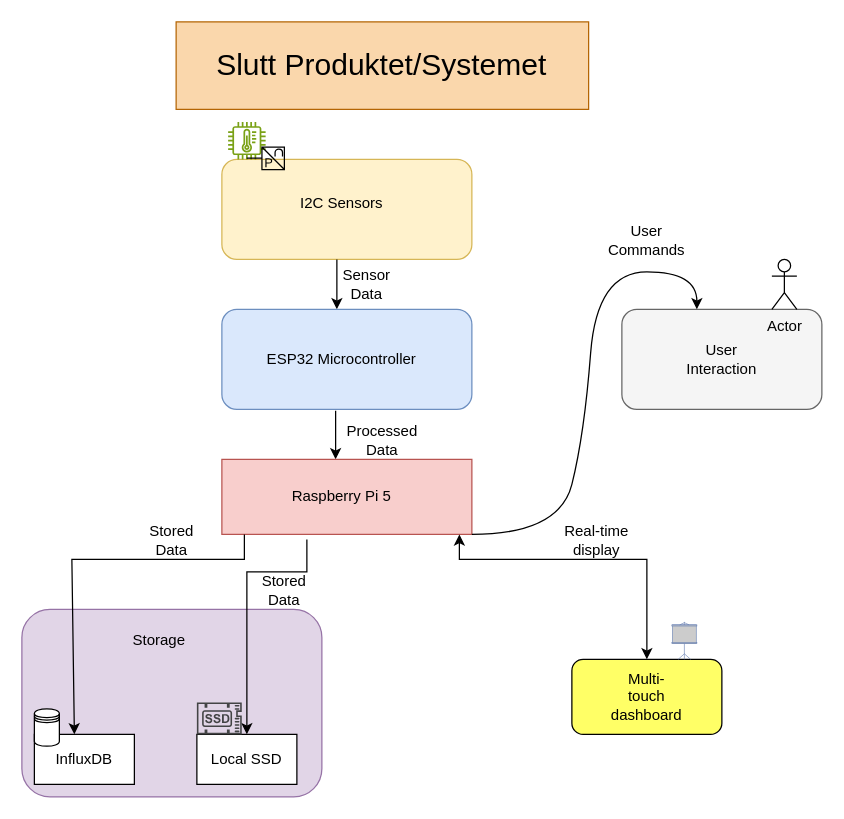
This is diagrams/Kaffeknekt Flow Chart.drawio from martintara/kaffeknekt, a draw.io file, before an edit. Source tidied: cells renumbered, new cells numbered last; positions are measured from the earlier drawing's top-left corner, leaving out a move shared by most shapes. Both pictures are drawn from the tidied source at 125%, with x=0, y=0 at pixel (21, 21).
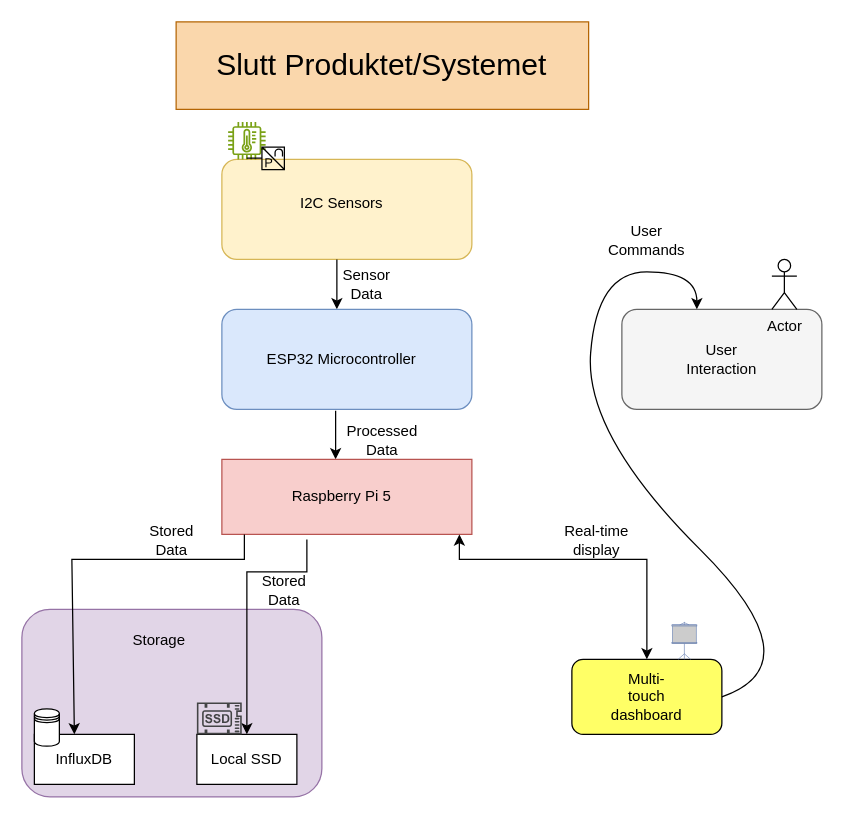
The same page after the edit.

The change refers to these unchanged cells:
```xml
<mxCell id="8" style="rounded=0;whiteSpace=wrap;html=1;fillColor=#f8cecc;strokeColor=#b85450;" parent="1" vertex="1">
  <mxGeometry x="160" y="350" width="200" height="60" as="geometry" />
</mxCell>
<mxCell id="19" style="rounded=1;whiteSpace=wrap;html=1;fillColor=#FFFF66;" parent="1" vertex="1">
  <mxGeometry x="440" y="510" width="120" height="60" as="geometry" />
</mxCell>
<mxCell id="26" style="rounded=1;whiteSpace=wrap;html=1;fillColor=#f5f5f5;fontColor=#333333;strokeColor=#666666;" parent="1" vertex="1">
  <mxGeometry x="480" y="230" width="160" height="80" as="geometry" />
</mxCell>
```

What changed in the source:
```diff
@@
-    <mxCell id="29" style="curved=1;endArrow=classic;html=1;rounded=0;exitX=1;exitY=1;exitDx=0;exitDy=0;entryX=0.375;entryY=0;entryDx=0;entryDy=0;entryPerimeter=0;" parent="1" edge="1" source="8" target="26">
+    <mxCell id="29" style="curved=1;endArrow=classic;html=1;rounded=0;exitX=1;exitY=0.5;exitDx=0;exitDy=0;entryX=0.375;entryY=0;entryDx=0;entryDy=0;entryPerimeter=0;" parent="1" edge="1" source="19" target="26">
       <mxGeometry relative="1" as="geometry">
         <Array as="points">
-          <mxPoint x="430" y="410" />
+          <mxPoint x="635" y="514" />
           <mxPoint x="450" y="330" />
           <mxPoint x="460" y="200" />
           <mxPoint x="540" y="200" />
         </Array>
       </mxGeometry>
     </mxCell>
```
